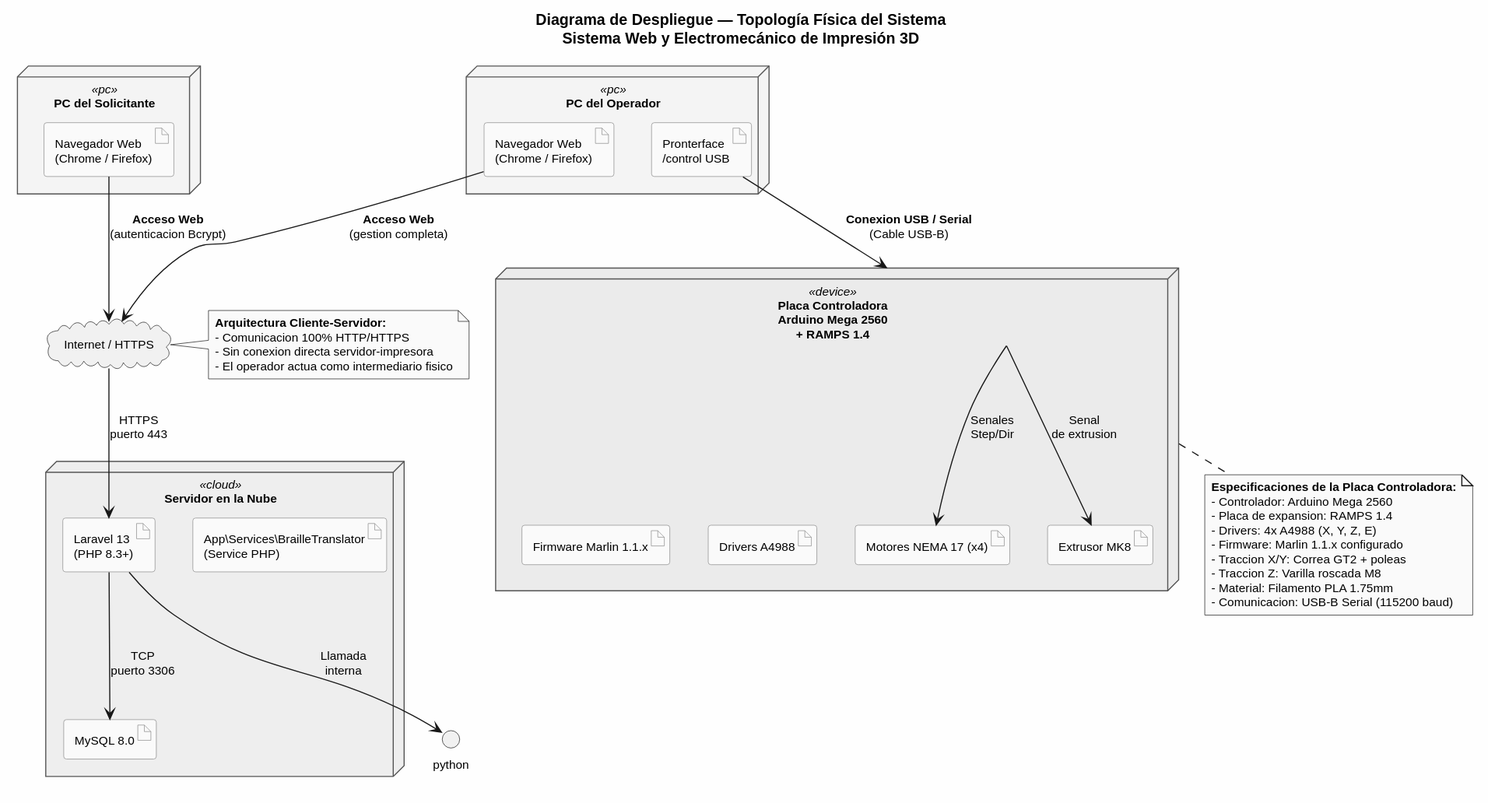
This is docs/diagramas/imagenes/otros/UML_Despliegue.svg from ArlTechDev/sistema-3d-inclusivo, a PlantUML export, as it was before one commit. The source it was exported from:
```plantuml
@startuml
skinparam monochrome true
title Diagrama de Despliegue — Topología Física del Sistema\nSistema Web y Electromecánico de Impresión 3D

skinparam backgroundColor #FEFEFE
skinparam shadowing false
skinparam nodeFontSize 13
skinparam arrowFontSize 11
skinparam defaultFontSize 11

skinparam node {
    BackgroundColor<<cloud>> #E3F2FD
    BackgroundColor<<pc>> #FFF3E0
    BackgroundColor<<device>> #F3E5F5
    BorderColor #455A64
}

skinparam artifact {
    BackgroundColor #FAFAFA
    BorderColor #78909C
}


node "Servidor en la Nube" <<cloud>> {
    artifact "Laravel 13\n(PHP 8.3+)" as laravel
    artifact "MySQL 8.0" as mysql
    artifact "App\\Services\\BrailleTranslator\n(Service PHP)" as traductor
}

node "PC del Solicitante" <<pc>> {
    artifact "Navegador Web\n(Chrome / Firefox)" as navS
}

node "PC del Operador" <<pc>> {
    artifact "Navegador Web\n(Chrome / Firefox)" as navO
    artifact "Pronterface\n/control USB" as pronterface
}

node "Placa Controladora\nArduino Mega 2560\n+ RAMPS 1.4" <<device>> as arduino {
    artifact "Firmware Marlin 1.1.x" as marlin
    artifact "Drivers A4988" as drivers
    artifact "Motores NEMA 17 (x4)" as motores
    artifact "Extrusor MK8" as extrusor
}


cloud "Internet / HTTPS" as internet

navS --> internet : <b>Acceso Web</b>\n(autenticacion Bcrypt)
navO --> internet : <b>Acceso Web</b>\n(gestion completa)

internet --> laravel : HTTPS\npuerto 443
laravel --> mysql : TCP\npuerto 3306
laravel --> python : Llamada\ninterna

pronterface --> arduino : <b>Conexion USB / Serial</b>\n(Cable USB-B)
arduino --> motores : Senales\nStep/Dir
arduino --> extrusor : Senal\nde extrusion


note bottom of arduino
  **Especificaciones de la Placa Controladora:**
  - Controlador: Arduino Mega 2560
  - Placa de expansion: RAMPS 1.4
  - Drivers: 4x A4988 (X, Y, Z, E)
  - Firmware: Marlin 1.1.x configurado
  - Traccion X/Y: Correa GT2 + poleas
  - Traccion Z: Varilla roscada M8
  - Material: Filamento PLA 1.75mm
  - Comunicacion: USB-B Serial (115200 baud)
end note

note right of internet
  **Arquitectura Cliente-Servidor:**
  - Comunicacion 100% HTTP/HTTPS
  - Sin conexion directa servidor-impresora
  - El operador actua como intermediario fisico
end note
@enduml
```
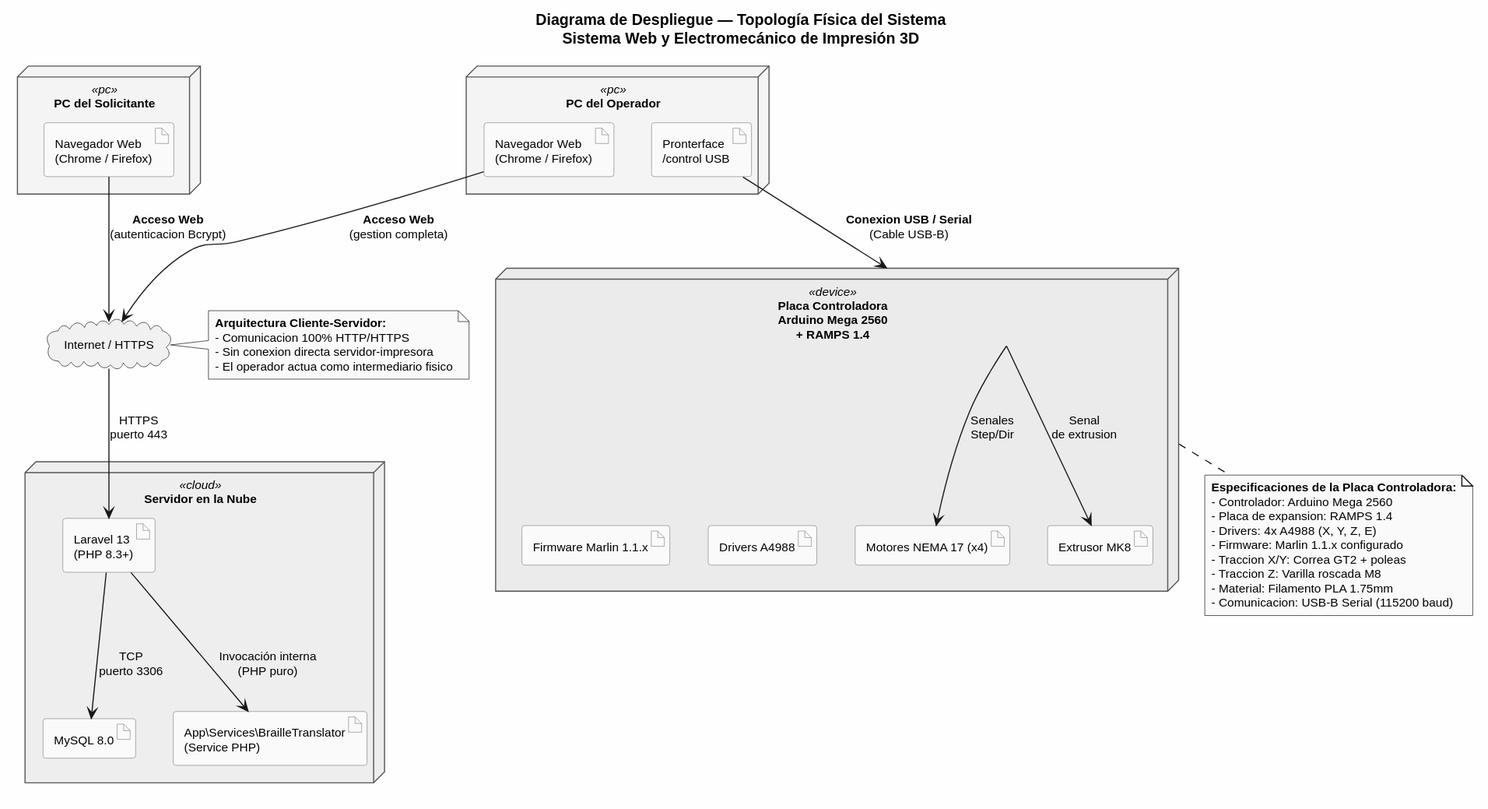
The same diagram one commit later.

What changed in the source:
```diff
@@ -51,7 +51,7 @@
 
 internet --> laravel : HTTPS\npuerto 443
 laravel --> mysql : TCP\npuerto 3306
-laravel --> python : Llamada\ninterna
+laravel --> traductor : Invocación interna\n(PHP puro)
 
 pronterface --> arduino : <b>Conexion USB / Serial</b>\n(Cable USB-B)
 arduino --> motores : Senales\nStep/Dir
```
